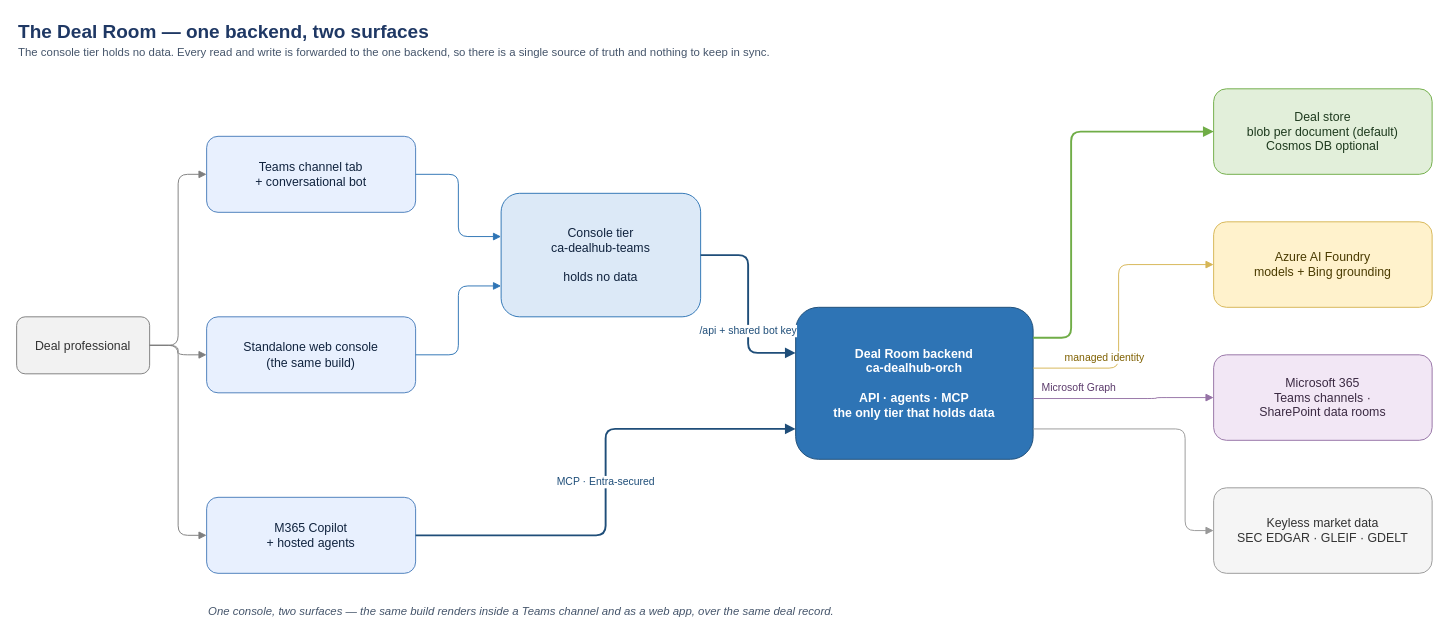
amitdesai08/private-markets-deal-room keeps this draw.io diagram as page "How it fits together" (1 of 4) of docs/diagrams/deal-room-architecture.drawio. Above is the earlier version. Source tidied: cells renumbered, new cells numbered last; positions are measured from the earlier drawing's top-left corner, leaving out a move shared by most shapes. Both pictures are drawn from the tidied source at 95%, with x=0, y=0 at pixel (16, 16).
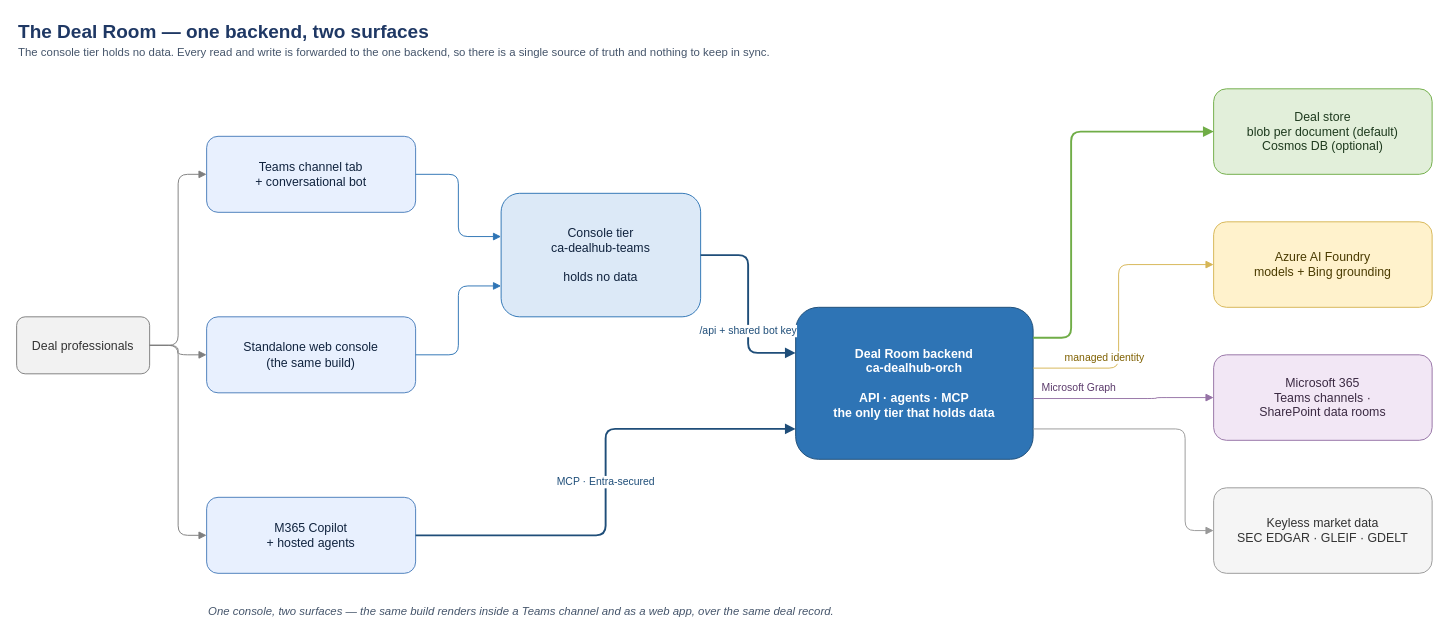
Above is the later version.

What changed in the source:
```diff
@@
-    <mxCell id="4" value="Deal professional" style="rounded=1;whiteSpace=wrap;html=1;fillColor=#F2F2F2;strokeColor=#7F7F7F;fontColor=#333333;fontSize=13;" parent="1" vertex="1">
+    <mxCell id="4" value="Deal professionals" style="rounded=1;whiteSpace=wrap;html=1;fillColor=#F2F2F2;strokeColor=#7F7F7F;fontColor=#333333;fontSize=13;" parent="1" vertex="1">
       <mxGeometry y="316" width="140" height="60" as="geometry" />
     </mxCell>
@@
-    <mxCell id="10" value="Deal store&#10;blob per document (default)&#10;Cosmos DB optional" style="rounded=1;whiteSpace=wrap;html=1;fillColor=#E2EFDA;strokeColor=#70AD47;fontColor=#1E3A1E;fontSize=13;" parent="1" vertex="1">
+    <mxCell id="10" value="Deal store&#10;blob per document (default)&#10;Cosmos DB (optional)" style="rounded=1;whiteSpace=wrap;html=1;fillColor=#E2EFDA;strokeColor=#70AD47;fontColor=#1E3A1E;fontSize=13;" parent="1" vertex="1">
       <mxGeometry x="1260" y="76" width="230" height="90" as="geometry" />
     </mxCell>
```
